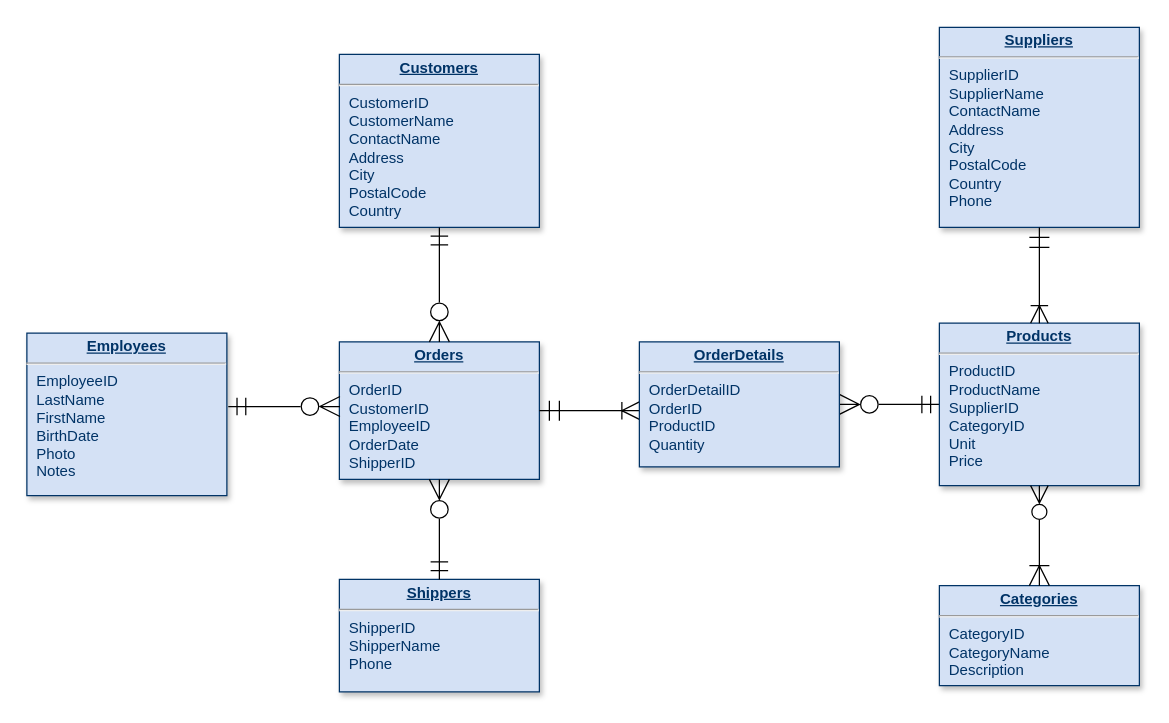
Above: page "Page-1" (1 of 2) of Untitled Diagram.drawio in RainerKl/SQL (draw.io), before the change. Source tidied: cells renumbered, new cells numbered last; positions are measured from the earlier drawing's top-left corner, leaving out a move shared by most shapes. Both pictures are drawn from the tidied source at 125%, with x=0, y=0 at pixel (26, 26).
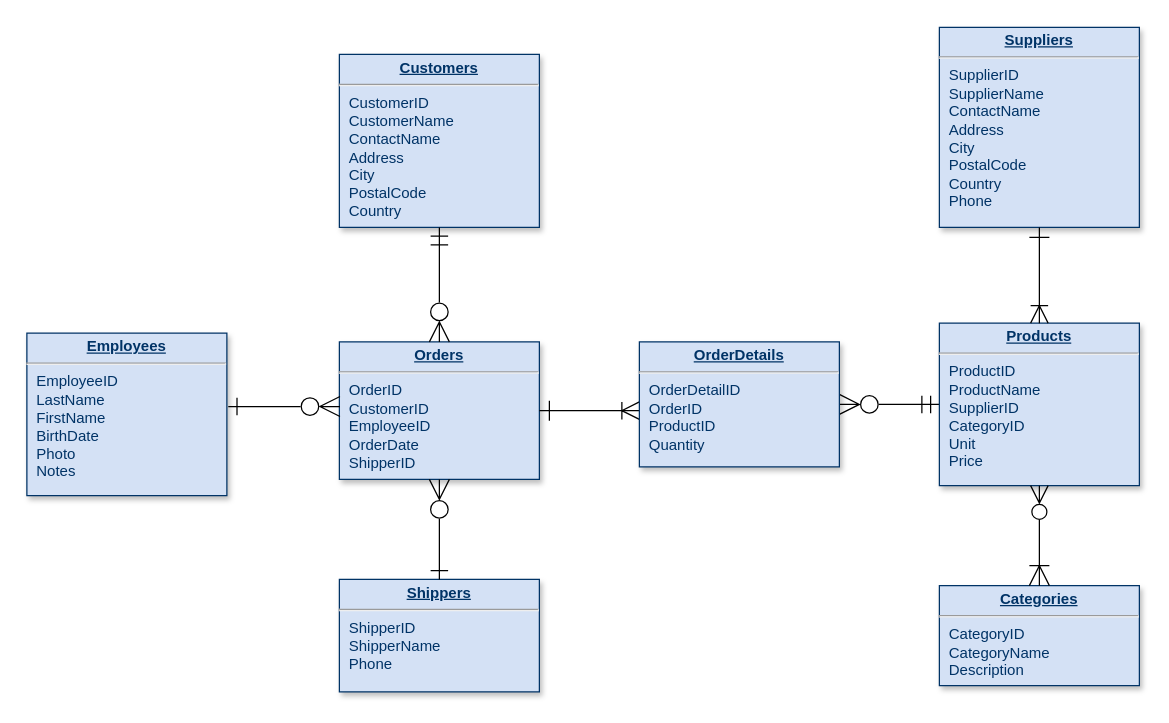
The same diagram, later.

Unchanged cells that the change refers to:
```xml
<mxCell id="2" value="&lt;p style=&quot;margin: 0px ; margin-top: 4px ; text-align: center ; text-decoration: underline&quot;&gt;&lt;b&gt;Employees&lt;/b&gt;&lt;/p&gt;&lt;hr&gt;&lt;p style=&quot;margin: 0px ; margin-left: 8px&quot;&gt;EmployeeID&lt;br&gt;LastName&lt;/p&gt;&lt;p style=&quot;margin: 0px ; margin-left: 8px&quot;&gt;FirstName&lt;/p&gt;&lt;p style=&quot;margin: 0px ; margin-left: 8px&quot;&gt;BirthDate&lt;/p&gt;&lt;p style=&quot;margin: 0px ; margin-left: 8px&quot;&gt;Photo&lt;/p&gt;&lt;p style=&quot;margin: 0px ; margin-left: 8px&quot;&gt;Notes&lt;/p&gt;" style="verticalAlign=top;align=left;overflow=fill;fontSize=12;fontFamily=Helvetica;html=1;strokeColor=#003366;shadow=1;fillColor=#D4E1F5;fontColor=#003366;" parent="1" vertex="1">
  <mxGeometry y="245" width="160" height="130" as="geometry" />
</mxCell>
<mxCell id="3" value="&lt;p style=&quot;margin: 0px ; margin-top: 4px ; text-align: center ; text-decoration: underline&quot;&gt;&lt;b&gt;Shippers&lt;/b&gt;&lt;/p&gt;&lt;hr&gt;&lt;p style=&quot;margin: 0px ; margin-left: 8px&quot;&gt;ShipperID&lt;/p&gt;&lt;p style=&quot;margin: 0px ; margin-left: 8px&quot;&gt;&lt;span&gt;ShipperName&lt;/span&gt;&lt;/p&gt;&lt;p style=&quot;margin: 0px ; margin-left: 8px&quot;&gt;&lt;span&gt;Phone&lt;/span&gt;&lt;/p&gt;" style="verticalAlign=top;align=left;overflow=fill;fontSize=12;fontFamily=Helvetica;html=1;strokeColor=#003366;shadow=1;fillColor=#D4E1F5;fontColor=#003366;" parent="1" vertex="1">
  <mxGeometry x="250" y="442" width="160" height="90" as="geometry" />
</mxCell>
<mxCell id="5" value="&lt;p style=&quot;margin: 0px ; margin-top: 4px ; text-align: center ; text-decoration: underline&quot;&gt;&lt;b&gt;Orders&lt;/b&gt;&lt;/p&gt;&lt;hr&gt;&lt;p style=&quot;margin: 0px ; margin-left: 8px&quot;&gt;OrderID&lt;/p&gt;&lt;p style=&quot;margin: 0px ; margin-left: 8px&quot;&gt;CustomerID&lt;/p&gt;&lt;p style=&quot;margin: 0px ; margin-left: 8px&quot;&gt;EmployeeID&lt;/p&gt;&lt;p style=&quot;margin: 0px ; margin-left: 8px&quot;&gt;OrderDate&lt;/p&gt;&lt;p style=&quot;margin: 0px ; margin-left: 8px&quot;&gt;ShipperID&lt;/p&gt;" style="verticalAlign=top;align=left;overflow=fill;fontSize=12;fontFamily=Helvetica;html=1;strokeColor=#003366;shadow=1;fillColor=#D4E1F5;fontColor=#003366;" parent="1" vertex="1">
  <mxGeometry x="250" y="252" width="160" height="110" as="geometry" />
</mxCell>
<mxCell id="9" value="&lt;p style=&quot;margin: 0px ; margin-top: 4px ; text-align: center ; text-decoration: underline&quot;&gt;&lt;b&gt;Suppliers&lt;/b&gt;&lt;/p&gt;&lt;hr&gt;&lt;p style=&quot;margin: 0px ; margin-left: 8px&quot;&gt;SupplierID&lt;/p&gt;&lt;p style=&quot;margin: 0px ; margin-left: 8px&quot;&gt;SupplierName&lt;/p&gt;&lt;p style=&quot;margin: 0px ; margin-left: 8px&quot;&gt;ContactName&lt;/p&gt;&lt;p style=&quot;margin: 0px ; margin-left: 8px&quot;&gt;Address&lt;/p&gt;&lt;p style=&quot;margin: 0px ; margin-left: 8px&quot;&gt;City&lt;/p&gt;&lt;p style=&quot;margin: 0px ; margin-left: 8px&quot;&gt;PostalCode&lt;/p&gt;&lt;p style=&quot;margin: 0px ; margin-left: 8px&quot;&gt;Country&lt;/p&gt;&lt;p style=&quot;margin: 0px ; margin-left: 8px&quot;&gt;Phone&lt;/p&gt;" style="verticalAlign=top;align=left;overflow=fill;fontSize=12;fontFamily=Helvetica;html=1;strokeColor=#003366;shadow=1;fillColor=#D4E1F5;fontColor=#003366;" parent="1" vertex="1">
  <mxGeometry x="730" y="0.4" width="160" height="160" as="geometry" />
</mxCell>
<mxCell id="10" value="&lt;p style=&quot;margin: 0px ; margin-top: 4px ; text-align: center ; text-decoration: underline&quot;&gt;&lt;strong&gt;Products&lt;/strong&gt;&lt;/p&gt;&lt;hr&gt;&lt;p style=&quot;margin: 0px ; margin-left: 8px&quot;&gt;ProductID&lt;/p&gt;&lt;p style=&quot;margin: 0px ; margin-left: 8px&quot;&gt;ProductName&lt;/p&gt;&lt;p style=&quot;margin: 0px ; margin-left: 8px&quot;&gt;SupplierID&lt;/p&gt;&lt;p style=&quot;margin: 0px ; margin-left: 8px&quot;&gt;CategoryID&lt;/p&gt;&lt;p style=&quot;margin: 0px ; margin-left: 8px&quot;&gt;Unit&lt;/p&gt;&lt;p style=&quot;margin: 0px ; margin-left: 8px&quot;&gt;Price&lt;/p&gt;" style="verticalAlign=top;align=left;overflow=fill;fontSize=12;fontFamily=Helvetica;html=1;strokeColor=#003366;shadow=1;fillColor=#D4E1F5;fontColor=#003366;" parent="1" vertex="1">
  <mxGeometry x="730" y="237" width="160" height="130" as="geometry" />
</mxCell>
<mxCell id="15" value="&lt;p style=&quot;margin: 0px ; margin-top: 4px ; text-align: center ; text-decoration: underline&quot;&gt;&lt;b&gt;OrderDetails&lt;/b&gt;&lt;/p&gt;&lt;hr&gt;&lt;p style=&quot;margin: 0px ; margin-left: 8px&quot;&gt;OrderDetailID&lt;/p&gt;&lt;p style=&quot;margin: 0px ; margin-left: 8px&quot;&gt;OrderID&lt;/p&gt;&lt;p style=&quot;margin: 0px ; margin-left: 8px&quot;&gt;ProductID&lt;/p&gt;&lt;p style=&quot;margin: 0px ; margin-left: 8px&quot;&gt;Quantity&lt;/p&gt;" style="verticalAlign=top;align=left;overflow=fill;fontSize=12;fontFamily=Helvetica;html=1;strokeColor=#003366;shadow=1;fillColor=#D4E1F5;fontColor=#003366;" parent="1" vertex="1">
  <mxGeometry x="490" y="252" width="160" height="100" as="geometry" />
</mxCell>
```

Diff of the diagram source:
```diff
@@
-    <mxCell id="6" style="endArrow=ERoneToMany;endSize=12;startArrow=ERmandOne;startSize=14;startFill=0;edgeStyle=orthogonalEdgeStyle;rounded=0;endFill=0;exitX=1;exitY=0.5;exitDx=0;exitDy=0;" parent="1" edge="1" source="5" target="15">
+    <mxCell id="6" style="endArrow=ERoneToMany;endSize=12;startArrow=ERone;startSize=14;startFill=0;edgeStyle=orthogonalEdgeStyle;rounded=0;endFill=0;exitX=1;exitY=0.5;exitDx=0;exitDy=0;" parent="1" edge="1" source="5" target="15">
       <mxGeometry x="769.4" y="450" as="geometry">
         <Array as="points">
           <mxPoint x="480" y="307" />
           <mxPoint x="480" y="307" />
         </Array>
       </mxGeometry>
     </mxCell>
@@
-    <mxCell id="11" style="endArrow=ERmandOne;endSize=12;startArrow=ERzeroToMany;startSize=14;startFill=0;edgeStyle=orthogonalEdgeStyle;entryX=1.007;entryY=0.452;entryDx=0;entryDy=0;entryPerimeter=0;exitX=0.003;exitY=0.47;exitDx=0;exitDy=0;exitPerimeter=0;endFill=0;" parent="1" edge="1" source="5" target="2">
+    <mxCell id="11" style="endArrow=ERone;endSize=12;startArrow=ERzeroToMany;startSize=14;startFill=0;edgeStyle=orthogonalEdgeStyle;entryX=1.007;entryY=0.452;entryDx=0;entryDy=0;entryPerimeter=0;exitX=0.003;exitY=0.47;exitDx=0;exitDy=0;exitPerimeter=0;endFill=0;" parent="1" edge="1" source="5" target="2">
       <mxGeometry x="379.4" y="370" as="geometry" />
     </mxCell>
-    <mxCell id="12" style="endArrow=ERmandOne;endSize=12;startArrow=ERzeroToMany;startSize=14;startFill=0;edgeStyle=orthogonalEdgeStyle;endFill=0;exitX=0.5;exitY=1;exitDx=0;exitDy=0;entryX=0.5;entryY=0;entryDx=0;entryDy=0;" parent="1" edge="1" source="5" target="3">
+    <mxCell id="12" style="endArrow=ERone;endSize=12;startArrow=ERzeroToMany;startSize=14;startFill=0;edgeStyle=orthogonalEdgeStyle;endFill=0;exitX=0.5;exitY=1;exitDx=0;exitDy=0;entryX=0.5;entryY=0;entryDx=0;entryDy=0;" parent="1" edge="1" source="5" target="3">
       <mxGeometry x="645.4" y="372" as="geometry">
         <Array as="points">
           <mxPoint x="330" y="432" />
           <mxPoint x="330" y="432" />
         </Array>
       </mxGeometry>
     </mxCell>
@@
-    <mxCell id="16" style="endArrow=ERoneToMany;endSize=12;startArrow=ERmandOne;startSize=14;startFill=0;edgeStyle=orthogonalEdgeStyle;rounded=0;endFill=0;exitX=0.5;exitY=1;exitDx=0;exitDy=0;entryX=0.5;entryY=0;entryDx=0;entryDy=0;" parent="1" edge="1" source="9" target="10">
+    <mxCell id="16" style="endArrow=ERoneToMany;endSize=12;startArrow=ERone;startSize=14;startFill=0;edgeStyle=orthogonalEdgeStyle;rounded=0;endFill=0;exitX=0.5;exitY=1;exitDx=0;exitDy=0;entryX=0.5;entryY=0;entryDx=0;entryDy=0;" parent="1" edge="1" source="9" target="10">
       <mxGeometry x="1010.4" y="460" as="geometry">
         <Array as="points">
           <mxPoint x="810" y="192" />
           <mxPoint x="810" y="192" />
         </Array>
       </mxGeometry>
     </mxCell>
```
